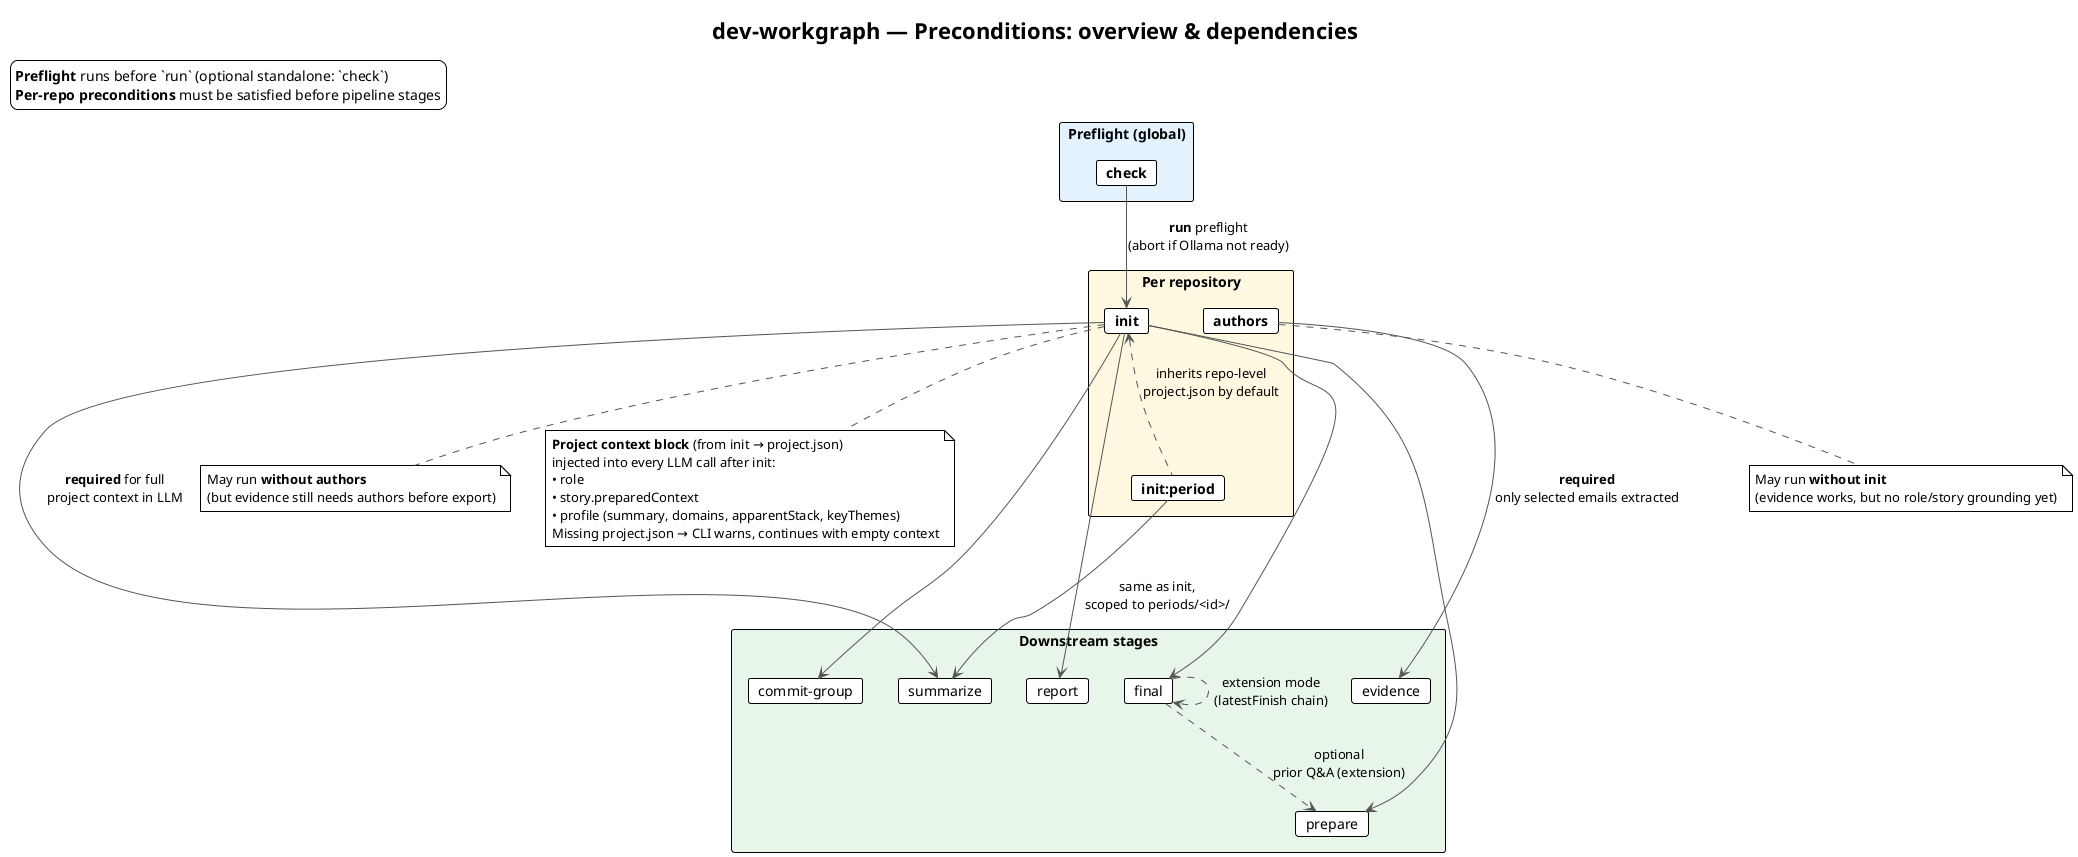
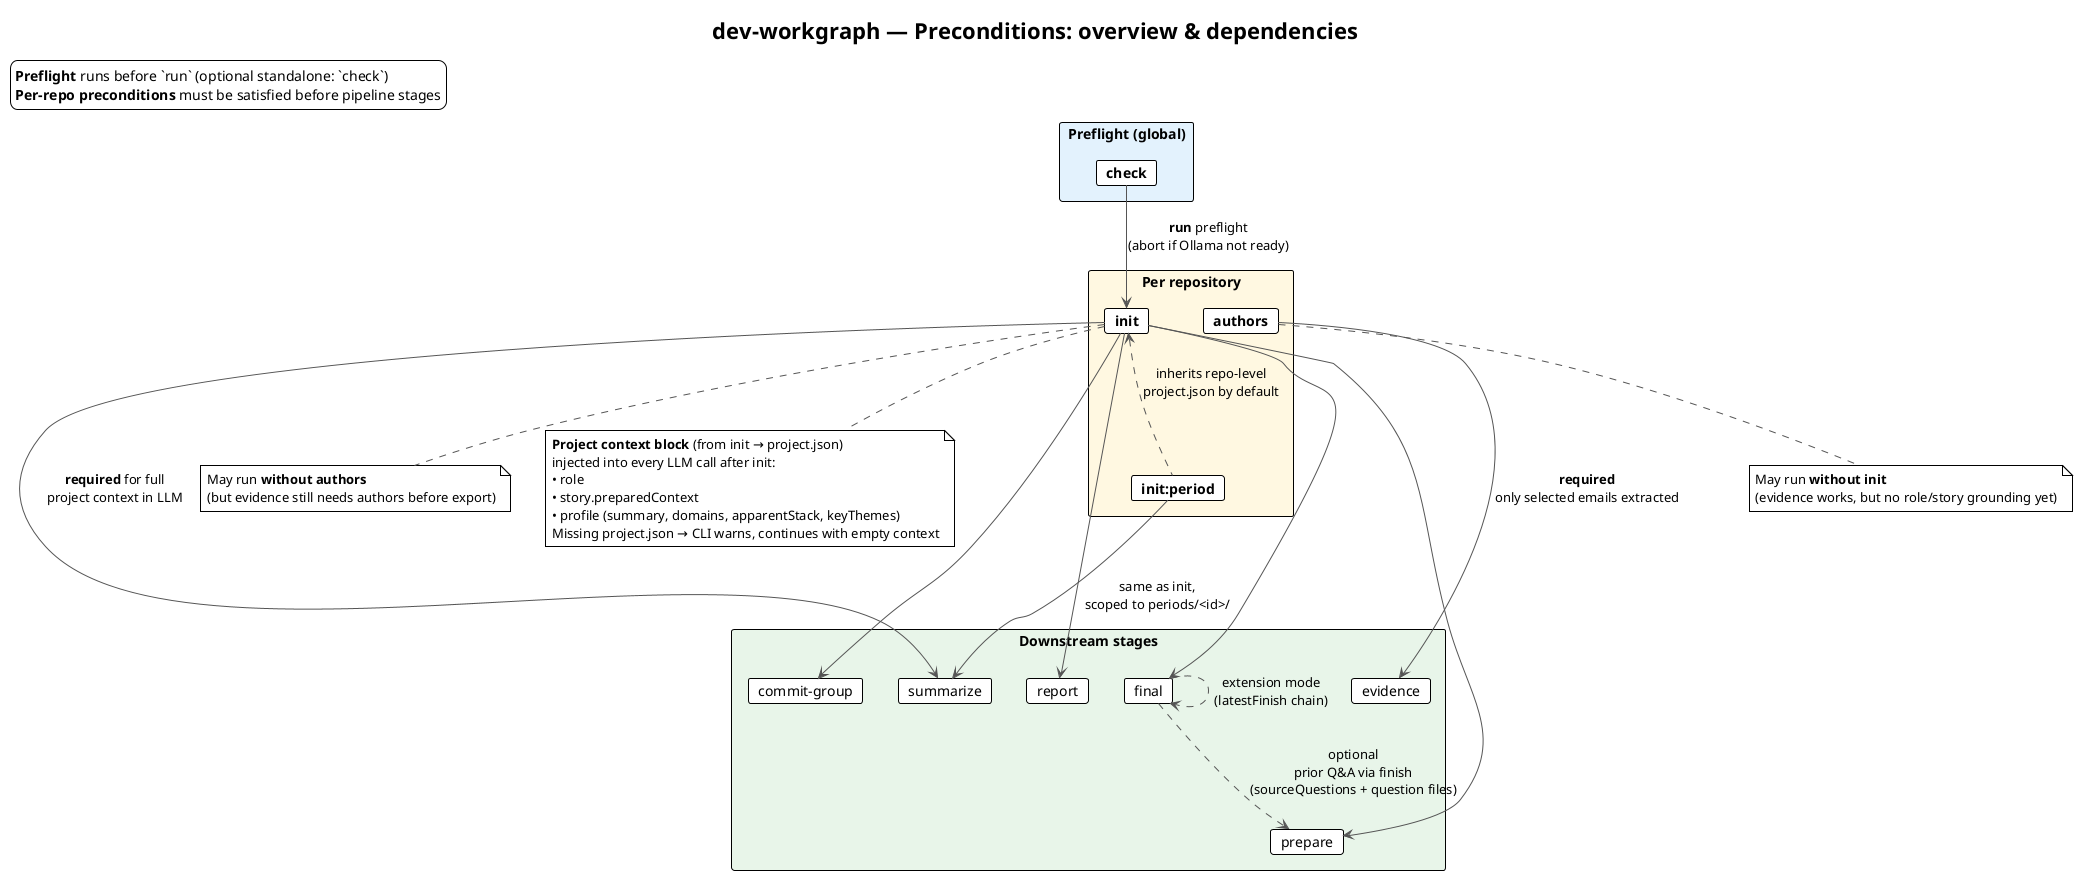
@startuml preconditions-overview
!theme plain
skinparam shadowing false
skinparam ArrowColor #555555

title dev-workgraph — Preconditions: overview & dependencies

legend top left
  **Preflight** runs before `run` (optional standalone: `check`)
  **Per-repo preconditions** must be satisfied before pipeline stages
endlegend

rectangle "Preflight (global)" #E3F2FD {
  card "**check**" as CHECK
}

rectangle "Per repository" #FFF8E1 {
  card "**authors**" as AUTH
  card "**init**" as INIT
  card "**init:period**" as INITP
}

rectangle "Downstream stages" #E8F5E9 {
  card "evidence" as EVID
  card "summarize" as SUM
  card "commit-group" as CG
  card "report" as REP
  card "prepare" as PRE
  card "final" as FIN
}

CHECK -down-> INIT : **run** preflight\n(abort if Ollama not ready)

AUTH -down-> EVID : **required**\nonly selected emails extracted
INIT -down-> SUM : **required** for full\nproject context in LLM
INIT -down-> CG
INIT -down-> REP
INIT -down-> PRE
INIT -down-> FIN

- FIN ..> PRE : optional\nprior Q&A (extension)
+ FIN ..> PRE : optional\nprior Q&A via finish\n(sourceQuestions + question files)
FIN ..> FIN : extension mode\n(latestFinish chain)

INITP .up.> INIT : inherits repo-level\nproject.json by default
INITP -down-> SUM : same as init,\nscoped to periods/<id>/

note bottom of AUTH
  May run **without init**
  (evidence works, but no role/story grounding yet)
end note

note bottom of INIT
  May run **without authors**
  (but evidence still needs authors before export)
end note

note as NCTX
  **Project context block** (from init → project.json)
  injected into every LLM call after init:
  • role
  • story.preparedContext
  • profile (summary, domains, apparentStack, keyThemes)
  Missing project.json → CLI warns, continues with empty context
end note
INIT .. NCTX

@enduml


@startuml preconditions-check
!theme plain
skinparam shadowing false
skinparam ActivityBorderColor #888888
skinparam NoteBackgroundColor #E3F2FD

title **check** — Ollama preflight (§14)

start

:Resolve Ollama base URL\n(default http://127.0.0.1:11434,\noverride with --url);

:GET /api/tags → list installed models;

if (Ollama reachable?) then (no)
  if (ollama binary on PATH?) then (yes)
    :Print: start server\n`ollama serve`;
  else (no)
    :Print OS-specific install help;
    note right
      **macOS:** brew install ollama
      **Linux:** curl … install.sh | sh
      **Then:** ollama pull <model>
      Suggested: qwen2.5-coder:14b, gpt-oss:latest
    end note
  endif
  #Pink:Exit code 1;
  stop
else (yes)
endif

if (≥ 1 model installed?) then (no)
  #Pink:Print pull suggestions;\nExit code 1;
  stop
else (yes)
  :Print installed model list;
endif

:Read ~/.workgraph/config.json → ollama slots;

partition "Validate saved preferences" {
  :Check **commitModel**;
  :Check **reportModel**;
  :Check **narrativeModel**;
  if (Any saved model NOT in installed list?) then (yes)
    #Pink:Warn + suggest `ollama pull`;\nExit code 1;
    stop
  else (no)
  endif
}

#LightGreen:✅ Ready;
note right
  **Standalone:** `dev-workgraph check`
  **In run:** `ollamaReady()` preflight — aborts
  before gathering inputs if not ready
end note

stop

@enduml


@startuml preconditions-authors
!theme plain
skinparam shadowing false
skinparam ActivityBorderColor #888888
skinparam NoteBackgroundColor #FFF8E1

title **authors** — Author selection (§1)\nPrecondition for **evidence**

start

:Resolve repository path\n(relative → absolute);

:`git log --all --no-merges`\nAggregate authors **by email** + commit counts;

if (No commits?) then (yes)
  :Print "No commits found";
  stop
else (no)
endif

if (--json flag?) then (yes)
  :Print { repo, authors[] };\nNo save;
  stop
else (no)
endif

partition "Default pre-selection" {
  :Load saved selectedAuthors[]\nfrom config.json (if any);
  :Add git user.email from repo config\nif it appears in author list;
  note right
    Lesson from real runs: near-identical emails
    (vzaharchenko@… vs vzakharchenko@…)
    are easy to confuse — picker shows commit counts
  end note
}

if (--email <addr>… flag?) then (yes)
  :Match against known authors;\nWarn on unknown emails;
  if (Any matched?) then (no)
    stop
  else (yes)
  endif
else (no)
  :Interactive **checkbox** prompt\n"Select identities that are YOUR work";
  note right
    Each choice:
    Name <email>  (N commits)
  end note
  if (Nothing selected?) then (yes)
    stop
  else (no)
  endif
endif

:Persist to **~/.workgraph/config.json**;
note right
  repos["/abs/path/to/repo"].selectedAuthors = [
    "me@example.com", …
  ]
end note

#LightGreen:✅ Authors saved;

floating note left
  **Without authors:** evidence cannot know which commits are yours
  **Bots filtered by user choice:** Renovate, Dependabot, Snyk, teammates
  **May run without init** — independent precondition
end note

stop

@enduml


@startuml preconditions-init
!theme plain
skinparam shadowing false
skinparam ActivityBorderColor #888888
skinparam NoteBackgroundColor #FFFDE7

title **init** — Project initialization (§0)\nPrecondition for **summarize**, **commit-group**, **report**, **prepare**, **final**

start

:Resolve repository path;

if (--period / init:period mode?) then (yes)
  :Resolve period label + [from, to)\nPersist in config.json → periods.<id>;
  note right
    ISO YYYY-MM-DD, half-open **[from, to)**
    Label: letters, digits, . _ -
  end note
  -> period_branch;
else (no)
endif

:Target file:\n~/.workgraph/data/repos/<repo-id>/project.json\n(or periods/<id>/project.json);

if (project.json exists?) then (yes)
  :Skip (idempotent);
  stop
else (no)
endif

label period_branch
if (period mode?) then (yes)
  if (repo-level project.json exists?) then (no)
    #Pink:Error: run repo-level init first;
    stop
  else (yes)
    :**Copy** repo-level → periods/<id>/project.json\n(no LLM);
    #LightGreen:✅ Period inherited context;
    stop
  endif
else (no — full init)
endif

partition "Interactive inputs (H)" {
  :**Developer role** — select or --role;
  note right
    Principal Developer
    Staff Developer
    Senior Developer
    Junior Developer
  end note
  :Persist role → config.json;

  :**Project story** — editor or --story;
  note right
    Free-form, multi-line:
    • what the project is
    • how it started
    • pivots / milestones
    Raw human context — not evidence
  end note
}

partition "Automatic inputs (D)" {
  :Read **README.md** from repo root\n(if missing → continue, not an error);
}

:Pick **narrativeModel** (Ollama)\n--model overrides;\nsaved in config.ollama.narrativeModel;

partition "LLM session 1 — Prepare story (M:n)" {
  :Input: role + raw story;
  :Output: **story.preparedContext**;
  note right
    Role-adjusted reframing:
    • Principal → system boundaries, cross-cutting decisions
    • Staff → subsystem ownership, platform direction
    • Senior → feature ownership, product driver
    • Junior → assigned vs self-directed, learning scope
    Raw story kept unchanged
  end note
}

partition "LLM session 2 — Project profile (M:n)" {
  :Input: role + preparedContext + README;
  :Structured JSON output;
  :Output: **profile**;
  note right
    • summary — what project appears to be about
    • domains[]
    • apparentStack[]
    • keyThemes[]
    Interpretation, not proof
  end note
}

:Write **project.json**;
note right
  {
    role, story: { raw, preparedContext },
    readme: { present, path? },
    profile: { summary, domains, … },
    provenance: { model, generatedAt }
  }
end note

#LightGreen:✅ Project initialized;

stop

@enduml


@startuml preconditions-init-sequence
!theme plain
skinparam shadowing false

title **init** — LLM sessions & data flow

actor "Developer" as DEV
participant "CLI\ninit" as CLI
database "Git repo" as REPO
database "config.json" as CFG
database "project.json" as PJ
participant "Ollama\n(narrativeModel)" as LLM

DEV -> CLI : dev-workgraph init ./repo\n[--role] [--story]\n[--period] [--from] [--to]

CLI -> REPO : resolve path → repo-id
CLI -> CFG : read/write role\n(and period definition if --period)

alt project.json exists
  CLI --> DEV : skip (idempotent)
else period && repo-level project.json exists
  CLI -> PJ : copy repo-level → periods/<id>/project.json
  CLI --> DEV : inherited (no LLM)
else full init
  DEV -> CLI : role (prompt or --role)
  CLI -> CFG : persist role
  DEV -> CLI : project story (editor or --story)
  CLI -> REPO : read README.md (optional)

  CLI -> LLM : **Session 1** — story prepare\n(role + raw story)
  LLM --> CLI : preparedContext

  CLI -> LLM : **Session 2** — project profile\n(role + preparedContext + README)\nJSON schema validated
  LLM --> CLI : profile { summary, domains, stack, themes }

  CLI -> PJ : write project.json + provenance
  CLI --> DEV : ✅ initialized
end

@enduml


@startuml preconditions-init-period
!theme plain
skinparam shadowing false
skinparam ActivityBorderColor #888888

title **init:period** / **init --period** — Review period seeding (§0.5)

start

:Define period in config.json;
note right
  periods: {
    "2022": { from: "2022-01-01", to: "2023-01-01" },
    "2022-H1": { from: "2022-01-01", to: "2022-07-01" }
  }
  Half-open [from, to) — no double-count on boundary
end note

:Data subtree (mirrors repo layout):
periods/<id>/project.json
periods/<id>/commits/ … groups/ … reports/ …;

if (repo-level project.json?) then (missing)
  #Pink:Error — run `init` first;
  stop
else (exists)
  :Copy repo-level → periods/<id>/project.json;
  note right
    No LLM — role/story rarely change between periods
  end note
endif

:Downstream stages use --period <id>;
note right
  • Load period project.json, fallback to repo-level
  • evidence filters commits by author timestamp ∈ [from, to)
  • final → RECONSTRUCTION.<project>.<period>.md
  • Period data travels with export/import
end note

#LightGreen:✅ Period ready;

stop

@enduml


@startuml preconditions-project-context
!theme plain
skinparam shadowing false
skinparam componentStyle rectangle

title **Project context block** — output of preconditions, input to all later LLM steps

package "Sources" {
  [config.json\nrole] as ROLE
  [project.json\nstory.preparedContext] as STORY
  [project.json\nprofile] as PROF
}

package "Project context block\n(prepended to prompts)" as BLOCK {
  component "Role" as R
  component "Prepared story context" as PS
  component "Profile summary" as SUM
  component "Domains" as DOM
  component "Apparent stack" as STK
  component "Key themes" as THM
}

ROLE --> R
STORY --> PS
PROF --> SUM
PROF --> DOM
PROF --> STK
PROF --> THM

package "Consumed by (M:*)" {
  [summarize] as SUMM
  [commit-group\nclassify + compose] as CG
  [report\nfold merge] as REP
  [prepare] as PRE
  [final\nIMPACT + Role Narrative] as FIN
}

BLOCK --> SUMM
BLOCK --> CG
BLOCK --> REP
BLOCK --> PRE
BLOCK --> FIN

note bottom of BLOCK
  **Purpose:**
  • interpret patches in light of what the project is
  • avoid questions README/story already answer
  • frame **questions** by seniority (§8)
  **Never** use role to inflate impact
end note

note bottom of SUMM
  If project.json missing at model step:
  CLI **warns**, continues with empty context
  (same as pre-init behavior)
end note

@enduml


@startuml preconditions-role-questions
!theme plain
skinparam shadowing false

title Role-aware **questions** — how init role shapes later outputs (§0, §8)

map "Question emphasis by role" as ROLEMAP {
  Principal Developer => system-wide trade-offs,\ncross-team boundaries,\nlong-term architectural consequences,\nproduction adoption at org scale
  Staff Developer => design ownership across subsystems,\nplatform direction,\nintegration with adjacent systems
  Senior Developer => feature/design ownership,\ncustomer or product driver,\nreplacing manual processes,\nmentoring or review scope
  Junior Developer => assigned vs self-directed work,\nlearning context, scope of autonomy,\nwho reviewed or unblocked
}

note bottom of ROLEMAP
  Questions target what **Git cannot know**:
  ownership, intent, production usage, customer driver, …
  Role shapes **which gaps to ask about**,
  not how impressive the work sounds.
end note

@enduml
